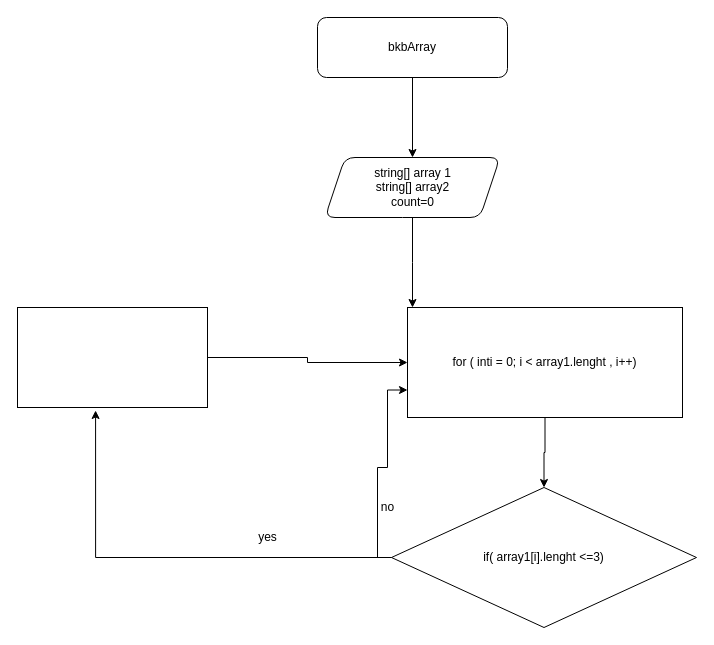
Above: Диаграмма без названия.drawio in b3n1d0rm/- (draw.io), before the change. Source tidied: cells renumbered, new cells numbered last; positions are measured from the earlier drawing's top-left corner, leaving out a move shared by most shapes. Both pictures are drawn from the tidied source at 100%, with x=0, y=0 at pixel (17, 17).
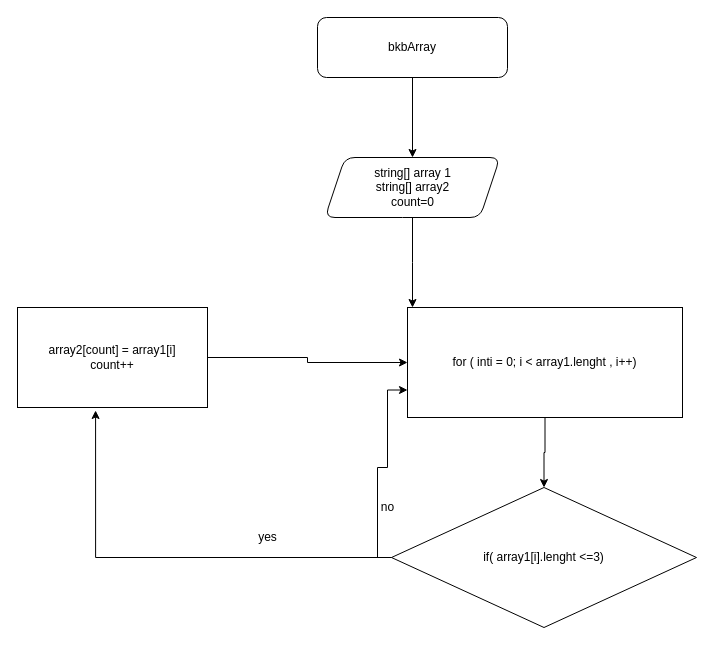
Above is the later version.

What changed in the source:
```diff
@@
 <mxGraphModel>
   <root>
     <mxCell id="0" />
     <mxCell id="1" parent="0" />
     <mxCell id="2" style="edgeStyle=orthogonalEdgeStyle;rounded=0;jettySize=auto;html=1;" parent="1" edge="1" source="3" target="5">
       <mxGeometry relative="1" as="geometry" />
     </mxCell>
     <mxCell id="3" value="bkbArray" style="rounded=1;whiteSpace=wrap;html=1;" parent="1" vertex="1">
       <mxGeometry x="300" width="190" height="60" as="geometry" />
     </mxCell>
     <mxCell id="4" style="edgeStyle=orthogonalEdgeStyle;rounded=0;jettySize=auto;html=1;" parent="1" edge="1" source="5">
       <mxGeometry relative="1" as="geometry">
         <mxPoint x="395" y="290" as="targetPoint" />
       </mxGeometry>
     </mxCell>
     <mxCell id="5" value="string[] array 1&lt;br&gt;string[] array2&lt;br&gt;count=0" style="shape=parallelogram;perimeter=parallelogramPerimeter;whiteSpace=wrap;html=1;fixedSize=1;rounded=1;" parent="1" vertex="1">
       <mxGeometry x="307.5" y="140" width="175" height="60" as="geometry" />
     </mxCell>
     <mxCell id="6" style="edgeStyle=orthogonalEdgeStyle;rounded=0;jettySize=auto;html=1;" parent="1" edge="1" source="7" target="10">
       <mxGeometry relative="1" as="geometry" />
     </mxCell>
     <mxCell id="7" value="for ( inti = 0; i &amp;lt; array1.lenght , i++)" style="rounded=0;whiteSpace=wrap;html=1;strokeColor=#000000;" parent="1" vertex="1">
       <mxGeometry x="390" y="290" width="275" height="110" as="geometry" />
     </mxCell>
     <mxCell id="8" style="edgeStyle=orthogonalEdgeStyle;rounded=0;jettySize=auto;html=1;entryX=0.411;entryY=1.03;entryDx=0;entryDy=0;entryPerimeter=0;" parent="1" edge="1" source="10" target="12">
       <mxGeometry relative="1" as="geometry" />
     </mxCell>
     <mxCell id="9" style="edgeStyle=orthogonalEdgeStyle;rounded=0;jettySize=auto;html=1;entryX=0;entryY=0.75;entryDx=0;entryDy=0;" parent="1" edge="1" source="10" target="7">
       <mxGeometry relative="1" as="geometry">
         <Array as="points">
           <mxPoint x="360" y="540" />
           <mxPoint x="360" y="450" />
           <mxPoint x="370" y="450" />
           <mxPoint x="370" y="373" />
         </Array>
       </mxGeometry>
     </mxCell>
     <mxCell id="10" value="if( array1[i].lenght &amp;lt;=3)" style="rhombus;whiteSpace=wrap;html=1;strokeColor=#000000;" parent="1" vertex="1">
       <mxGeometry x="374" y="470" width="305" height="140" as="geometry" />
     </mxCell>
     <mxCell id="11" style="edgeStyle=orthogonalEdgeStyle;rounded=0;jettySize=auto;html=1;entryX=0;entryY=0.5;entryDx=0;entryDy=0;" parent="1" edge="1" source="12" target="7">
       <mxGeometry relative="1" as="geometry" />
     </mxCell>
-    <mxCell id="12" style="rounded=0;whiteSpace=wrap;html=1;strokeColor=#000000;" parent="1" vertex="1">
+    <mxCell id="12" value="array2[count] = array1[i]&lt;br&gt;count++" style="rounded=0;whiteSpace=wrap;html=1;strokeColor=#000000;" parent="1" vertex="1">
       <mxGeometry y="290" width="190" height="100" as="geometry" />
     </mxCell>
     <mxCell id="13" value="no" style="text;html=1;align=center;verticalAlign=middle;strokeColor=none;fillColor=none;" parent="1" vertex="1">
       <mxGeometry x="355" y="480" width="30" height="20" as="geometry" />
     </mxCell>
     <mxCell id="14" value="yes" style="text;html=1;align=center;verticalAlign=middle;strokeColor=none;fillColor=none;" parent="1" vertex="1">
       <mxGeometry x="235" y="510" width="30" height="20" as="geometry" />
     </mxCell>
   </root>
 </mxGraphModel>
```
